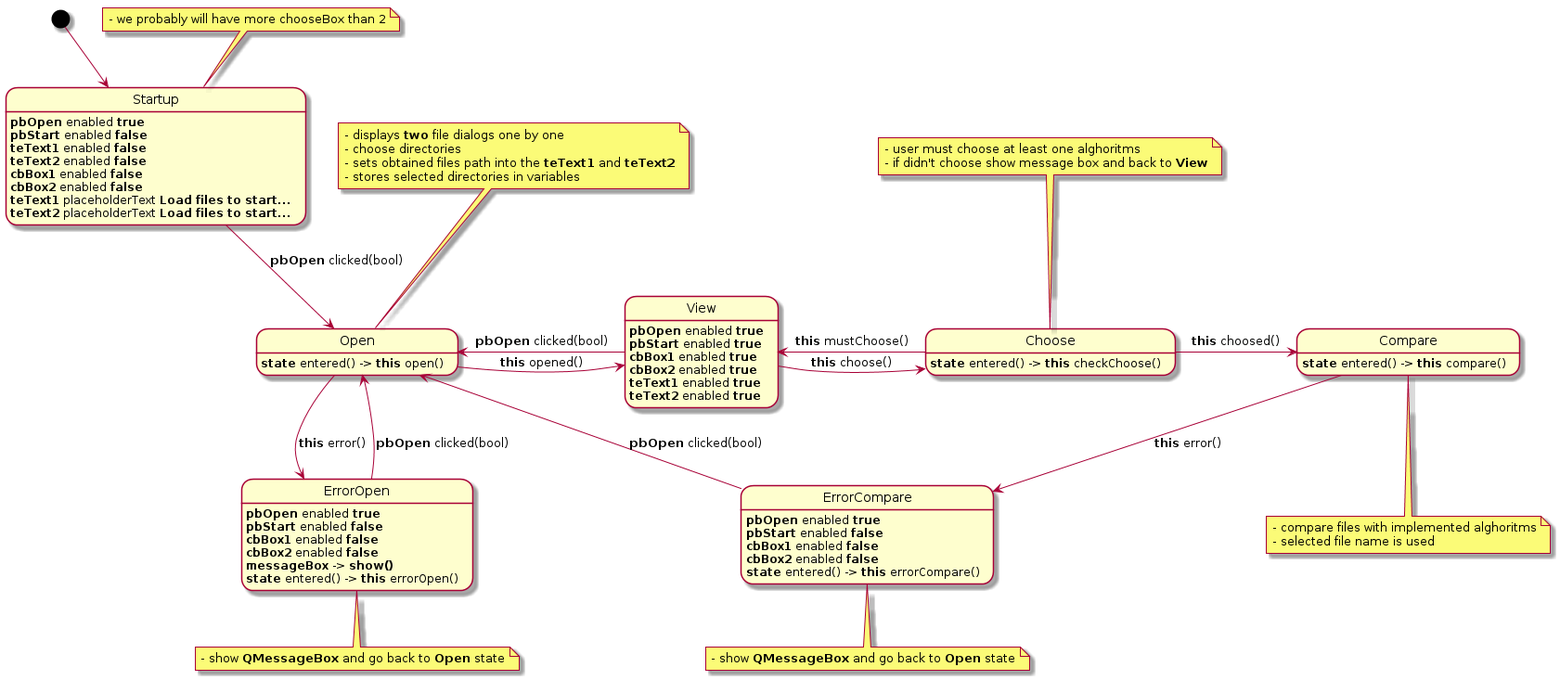
Earlier version of the PlantUML export Projekt/uml/interface.png (MichalBernacki/Plagiarism_detection_app).
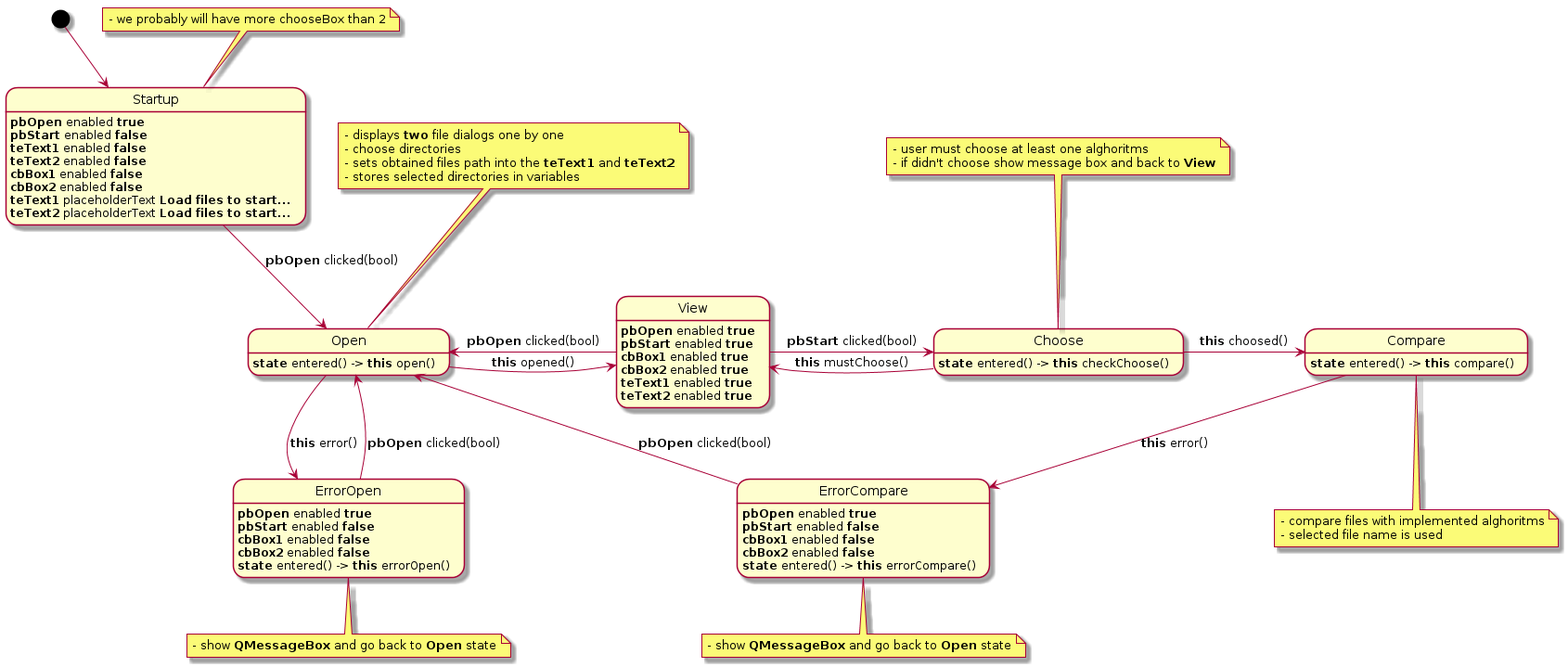
After the change.

Change to the diagram source:
```diff
@@ -7,7 +7,7 @@
     Open -right-> View : <b>this</b> opened()
     Open -down-> ErrorOpen : <b>this</b> error()
     View -left-> Open : <b>pbOpen</b> clicked(bool)
-    View -right-> Choose : <b>this</b> choose()
+    View -right-> Choose : <b>pbStart</b> clicked(bool)
     Choose -left-> View : <b>this</b> mustChoose()
     Choose -right-> Compare : <b>this</b> choosed()
     Compare -down-> ErrorCompare : <b>this</b> error()
@@ -60,6 +60,7 @@
     View: <b>teText1</b> enabled <b>true</b>
     View: <b>teText2</b> enabled <b>true</b>
 
+
     Compare: <b>state</b> entered() -> <b>this</b> compare()
 
     Choose: <b>state</b> entered() -> <b>this</b> checkChoose()
@@ -68,7 +69,6 @@
     ErrorOpen: <b>pbStart</b> enabled <b>false</b>
     ErrorOpen: <b>cbBox1</b> enabled <b>false</b>
     ErrorOpen: <b>cbBox2</b> enabled <b>false</b>
-    ErrorOpen: <b>messageBox</b> -> <b>show()</b>
     ErrorOpen: <b>state</b> entered() -> <b>this</b> errorOpen()
 
 
```
